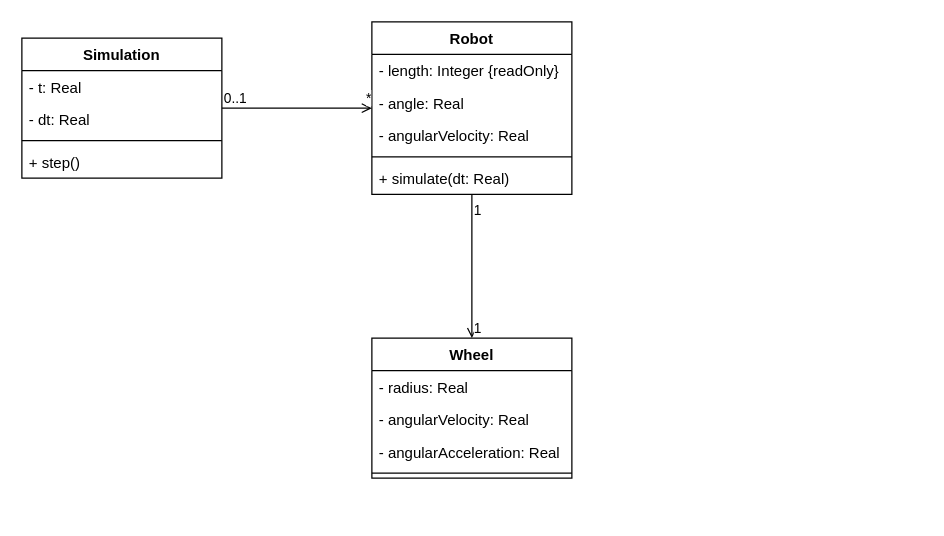
Above: Diagrams/Class Diagram.drawio in highestPACE/balance-avoidance-simulator (draw.io), before the change. Source tidied: cells renumbered, new cells numbered last; positions are measured from the earlier drawing's top-left corner, leaving out a move shared by most shapes. Both pictures are drawn from the tidied source at 125%, with x=0, y=0 at pixel (21, 21).
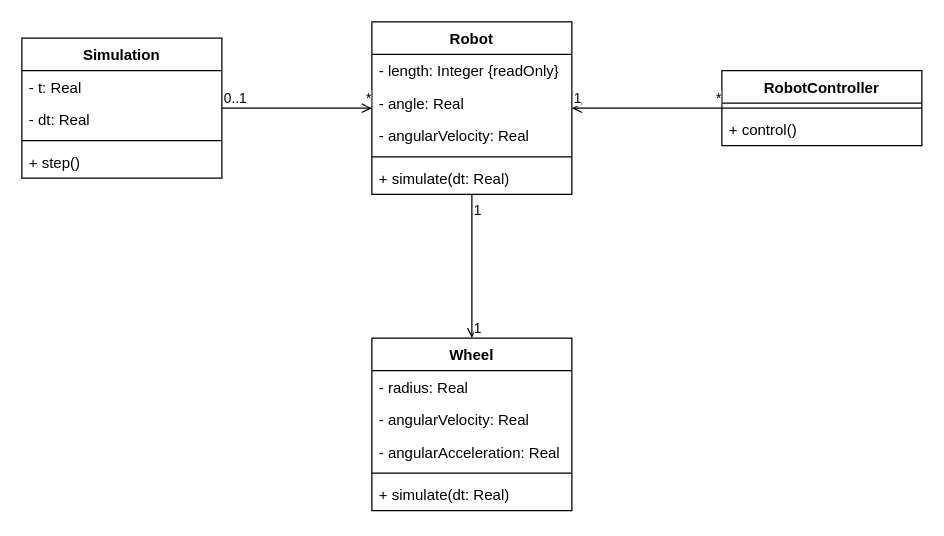
The same page after the edit.

The change refers to these unchanged cells:
```xml
<mxCell id="2" value="Robot" style="swimlane;fontStyle=1;align=center;verticalAlign=top;horizontal=1;startSize=26;whiteSpace=wrap;html=1;" parent="1" vertex="1">
  <mxGeometry x="280" width="160" height="138" as="geometry" />
</mxCell>
```

What changed in the source:
```diff
@@
     <mxCell id="16" value="Wheel" style="swimlane;fontStyle=1;align=center;verticalAlign=top;horizontal=1;startSize=26;whiteSpace=wrap;html=1;" parent="1" vertex="1">
-      <mxGeometry x="280" y="253" width="160" height="112" as="geometry" />
+      <mxGeometry x="280" y="253" width="160" height="138" as="geometry" />
     </mxCell>
@@
+    <mxCell id="24" value="+ simulate(dt: Real)" style="text;strokeColor=none;fillColor=none;align=left;verticalAlign=top;spacingLeft=4;spacingRight=4;overflow=hidden;whiteSpace=wrap;html=1;" parent="16" vertex="1">
+      <mxGeometry y="112" width="160" height="26" as="geometry" />
+    </mxCell>
@@
+    <mxCell id="25" value="RobotController" style="swimlane;fontStyle=1;align=center;verticalAlign=top;horizontal=1;startSize=26;whiteSpace=wrap;html=1;" parent="1" vertex="1">
+      <mxGeometry x="560" y="39" width="160" height="60" as="geometry" />
+    </mxCell>
+    <mxCell id="26" style="line;strokeWidth=1;fillColor=none;align=left;verticalAlign=middle;spacingTop=-1;spacingLeft=3;spacingRight=3;labelPosition=right;strokeColor=inherit;" parent="25" vertex="1">
+      <mxGeometry y="26" width="160" height="8" as="geometry" />
+    </mxCell>
+    <mxCell id="27" value="+ control()" style="text;strokeColor=none;fillColor=none;align=left;verticalAlign=top;spacingLeft=4;spacingRight=4;overflow=hidden;whiteSpace=wrap;html=1;" parent="25" vertex="1">
+      <mxGeometry y="34" width="160" height="26" as="geometry" />
+    </mxCell>
+    <mxCell id="28" style="endArrow=open;html=1;edgeStyle=orthogonalEdgeStyle;rounded=0;endFill=0;" parent="1" edge="1" source="25" target="2">
+      <mxGeometry relative="1" as="geometry" />
+    </mxCell>
+    <mxCell id="29" value="*" style="edgeLabel;html=1;align=right;verticalAlign=bottom;" parent="28" vertex="1">
+      <mxGeometry x="-1" relative="1" as="geometry" />
+    </mxCell>
+    <mxCell id="30" value="1" style="edgeLabel;html=1;align=left;verticalAlign=bottom;" parent="28" vertex="1">
+      <mxGeometry x="1" relative="1" as="geometry" />
+    </mxCell>
```
